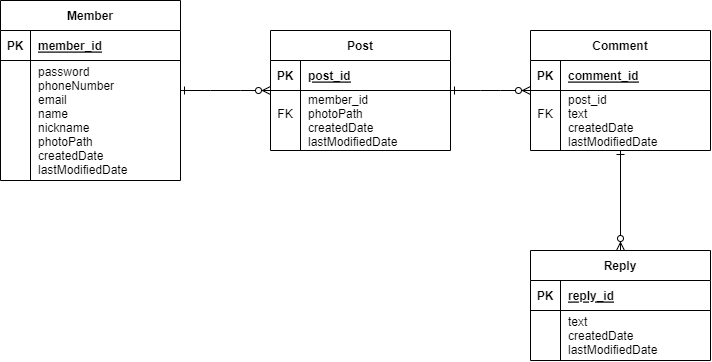
JunYoung-C/Instagram keeps this draw.io diagram as Sprint1 Table.drawio.png. Above is the earlier version. Source tidied: cells renumbered, new cells last; positions are measured from the earlier drawing's top-left corner, leaving out a move shared by most shapes.
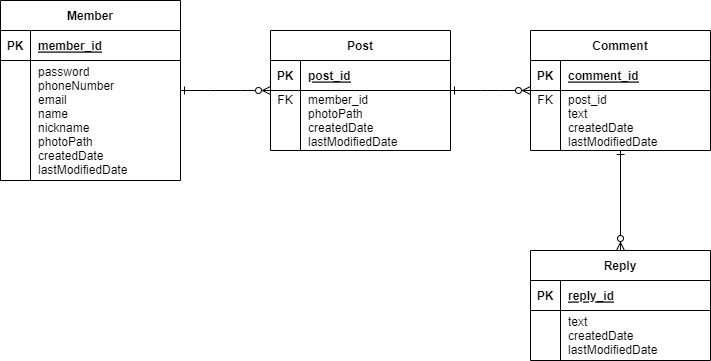
The same file after the commit.

Diff of the diagram source:
```diff
@@ -59,7 +59,7 @@
     <mxCell id="20" style="shape=tableRow;horizontal=0;startSize=0;swimlaneHead=0;swimlaneBody=0;fillColor=none;top=0;left=0;right=0;bottom=0;" parent="16" vertex="1">
       <mxGeometry y="60" width="180" height="60" as="geometry" />
     </mxCell>
-    <mxCell id="21" value="FK&#10;" style="shape=partialRectangle;fillColor=none;top=0;left=0;bottom=0;right=0;overflow=hidden;" parent="20" vertex="1">
+    <mxCell id="21" value="FK&#10;&#10;&#10;" style="shape=partialRectangle;fillColor=none;top=0;left=0;bottom=0;right=0;overflow=hidden;" parent="20" vertex="1">
       <mxGeometry width="30" height="60" as="geometry" />
     </mxCell>
     <mxCell id="22" value="post_id&#10;text&#10;createdDate&#10;lastModifiedDate" style="shape=partialRectangle;fillColor=none;top=0;left=0;bottom=0;right=0;align=left;spacingLeft=6;overflow=hidden;" parent="20" vertex="1">
@@ -80,7 +80,7 @@
     <mxCell id="27" style="shape=tableRow;horizontal=0;startSize=0;swimlaneHead=0;swimlaneBody=0;fillColor=none;top=0;left=0;right=0;bottom=0;" parent="23" vertex="1">
       <mxGeometry y="60" width="180" height="60" as="geometry" />
     </mxCell>
-    <mxCell id="28" value="FK&#10;" style="shape=partialRectangle;fillColor=none;top=0;left=0;bottom=0;right=0;overflow=hidden;" parent="27" vertex="1">
+    <mxCell id="28" value="FK&#10;&#10;&#10;" style="shape=partialRectangle;fillColor=none;top=0;left=0;bottom=0;right=0;overflow=hidden;" parent="27" vertex="1">
       <mxGeometry width="30" height="60" as="geometry" />
     </mxCell>
     <mxCell id="29" value="member_id&#10;photoPath&#10;createdDate&#10;lastModifiedDate" style="shape=partialRectangle;fillColor=none;top=0;left=0;bottom=0;right=0;align=left;spacingLeft=6;overflow=hidden;" parent="27" vertex="1">
```
